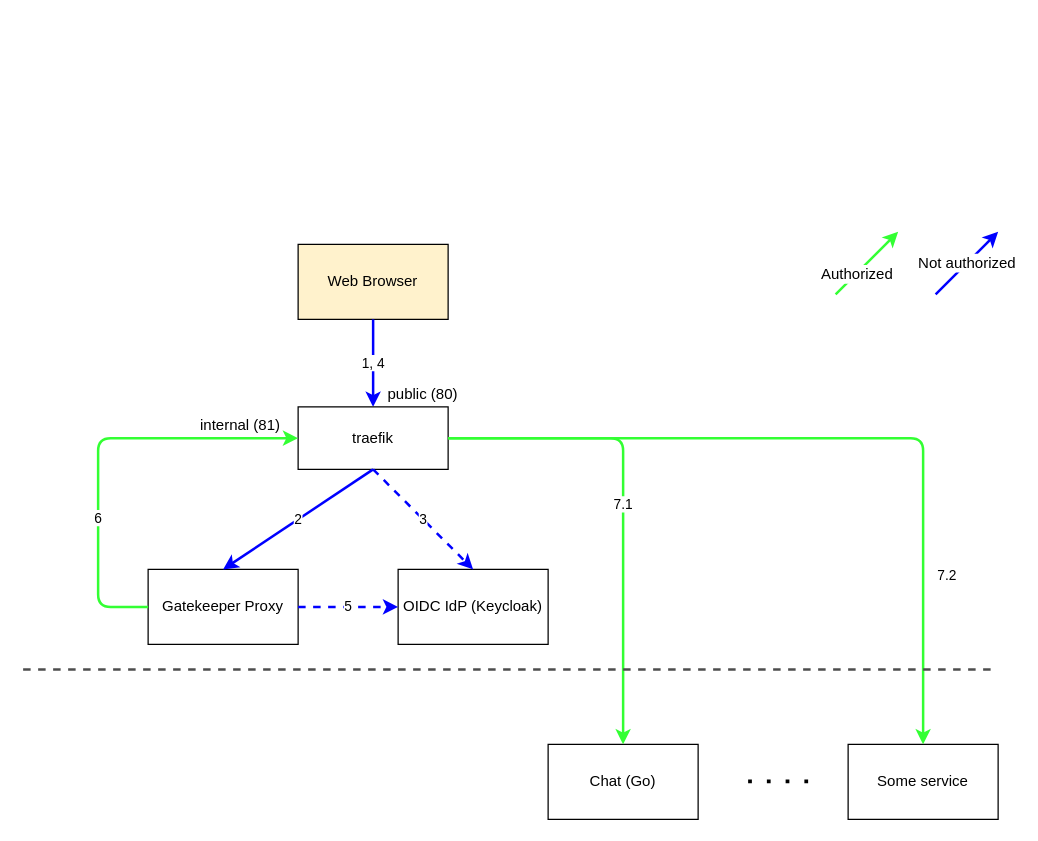
Earlier version of the draw.io diagram .markdown/auth.drawio (nkonev/videochat). Source tidied: cells renumbered, new cells numbered last; positions are measured from the earlier drawing's top-left corner, leaving out a move shared by most shapes. Both pictures are drawn from the tidied source at 125%, with x=0, y=0 at pixel (22, 231).
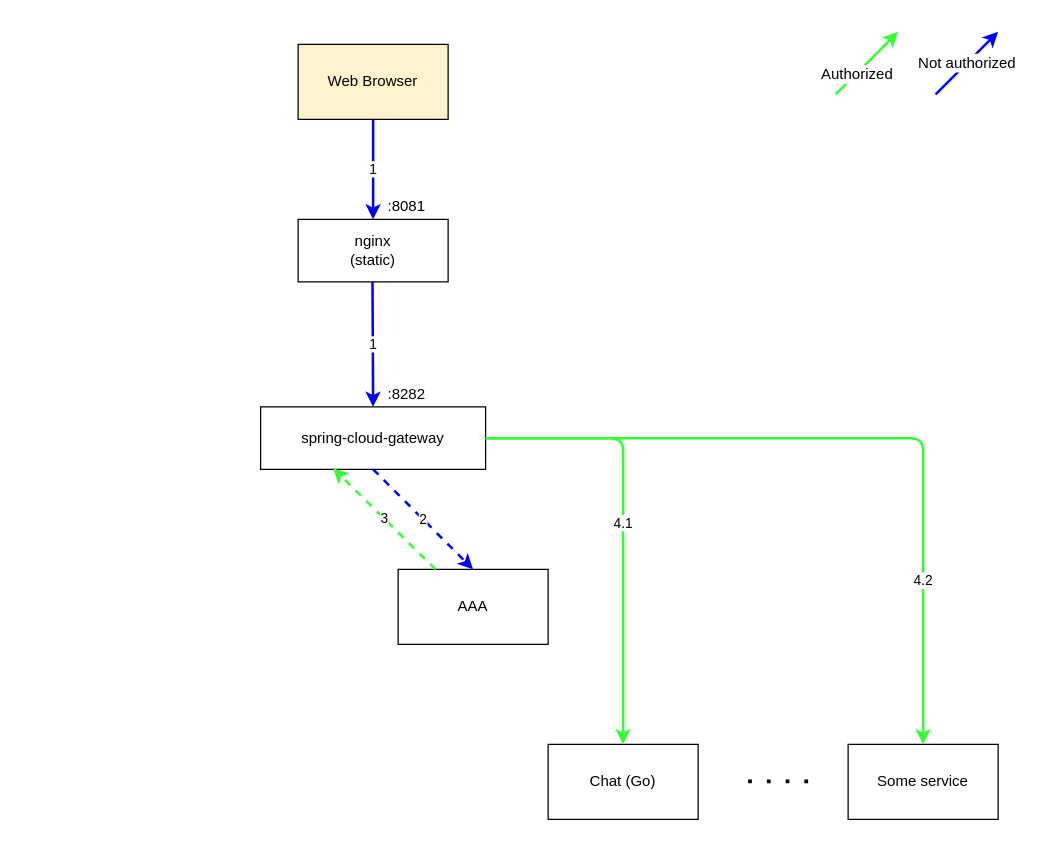
After the change.

Commit message (it also covers changes not shown here):
actualize scheme

Unchanged cells that the change refers to:
```xml
<mxCell id="5" value="&lt;div&gt;Chat (Go)&lt;/div&gt;" style="rounded=0;whiteSpace=wrap;html=1;fillColor=#FFFFFF;" parent="1" vertex="1">
  <mxGeometry x="420" y="410" width="120" height="60" as="geometry" />
</mxCell>
<mxCell id="6" value="&lt;div&gt;Some service&lt;/div&gt;" style="rounded=0;whiteSpace=wrap;html=1;fillColor=#FFFFFF;" parent="1" vertex="1">
  <mxGeometry x="660" y="410" width="120" height="60" as="geometry" />
</mxCell>
```

What changed in the source:
```diff
@@
     <mxCell id="2" value="Web Browser" style="rounded=0;whiteSpace=wrap;html=1;fillColor=#FFF2CC;" parent="1" vertex="1">
-      <mxGeometry x="220" y="10" width="120" height="60" as="geometry" />
+      <mxGeometry x="220" y="-150" width="120" height="60" as="geometry" />
     </mxCell>
-    <mxCell id="3" value="&lt;div&gt;Gatekeeper Proxy&lt;/div&gt;" style="rounded=0;whiteSpace=wrap;html=1;fillColor=#FFFFFF;" parent="1" vertex="1">
-      <mxGeometry x="100" y="270" width="120" height="60" as="geometry" />
-    </mxCell>
-    <mxCell id="4" value="OIDC IdP (Keycloak)" style="rounded=0;whiteSpace=wrap;html=1;fillColor=#FFFFFF;" parent="1" vertex="1">
+    <mxCell id="4" value="&lt;div&gt;AAA&lt;/div&gt;" style="rounded=0;whiteSpace=wrap;html=1;fillColor=#FFFFFF;" parent="1" vertex="1">
       <mxGeometry x="300" y="270" width="120" height="60" as="geometry" />
     </mxCell>
@@
-    <mxCell id="7" value="1, 4" style="edgeStyle=orthogonalEdgeStyle;rounded=0;jettySize=auto;html=1;exitX=0.5;exitY=1;exitDx=0;exitDy=0;entryX=0.5;entryY=0;entryDx=0;entryDy=0;strokeWidth=2;strokeColor=#0000FF;" parent="1" edge="1" source="2" target="8">
+    <mxCell id="7" value="1" style="edgeStyle=orthogonalEdgeStyle;rounded=0;jettySize=auto;html=1;exitX=0.5;exitY=1;exitDx=0;exitDy=0;strokeWidth=2;strokeColor=#0000FF;" parent="1" edge="1" source="2" target="22">
       <mxGeometry relative="1" as="geometry">
         <Array as="points">
-          <mxPoint x="280" y="140" />
+          <mxPoint x="280" y="-10" />
+          <mxPoint x="280" y="-10" />
         </Array>
       </mxGeometry>
     </mxCell>
-    <mxCell id="8" value="traefik" style="rounded=0;whiteSpace=wrap;html=1;fillColor=#FFFFFF;" parent="1" vertex="1">
-      <mxGeometry x="220" y="140" width="120" height="50" as="geometry" />
+    <mxCell id="8" value="&lt;div&gt;spring-cloud-gateway&lt;/div&gt;" style="rounded=0;whiteSpace=wrap;html=1;fillColor=#FFFFFF;" parent="1" vertex="1">
+      <mxGeometry x="190" y="140" width="180" height="50" as="geometry" />
     </mxCell>
-    <mxCell id="9" value="public (80)" style="text;html=1;align=left;verticalAlign=top;spacingTop=-4;" parent="1" vertex="1">
-      <mxGeometry x="290" y="120" width="70" height="20" as="geometry" />
+    <mxCell id="9" value=":8282" style="text;html=1;align=left;verticalAlign=top;spacingTop=-4;" parent="1" vertex="1">
+      <mxGeometry x="290" y="120" width="50" height="20" as="geometry" />
     </mxCell>
-    <mxCell id="10" value="2" style="endArrow=classic;html=1;exitX=0.5;exitY=1;exitDx=0;exitDy=0;entryX=0.5;entryY=0;entryDx=0;entryDy=0;strokeColor=#0000FF;strokeWidth=2;" parent="1" edge="1" source="8" target="3">
-      <mxGeometry relative="1" as="geometry" />
-    </mxCell>
-    <mxCell id="11" value="5" style="endArrow=classic;html=1;exitX=1;exitY=0.5;exitDx=0;exitDy=0;entryX=0;entryY=0.5;entryDx=0;entryDy=0;strokeColor=#0000FF;strokeWidth=2;dashed=1;" parent="1" edge="1" source="3" target="4">
+    <mxCell id="11" value="3" style="endArrow=classic;html=1;exitX=0.25;exitY=0;exitDx=0;exitDy=0;strokeColor=#33FF33;strokeWidth=2;entryX=0.322;entryY=0.98;entryDx=0;entryDy=0;entryPerimeter=0;fillColor=#d5e8d4;dashed=1;" parent="1" edge="1" source="4" target="8">
       <mxGeometry relative="1" as="geometry" />
     </mxCell>
-    <mxCell id="12" value="3" style="endArrow=classic;html=1;entryX=0.5;entryY=0;entryDx=0;entryDy=0;strokeWidth=2;strokeColor=#0000FF;dashed=1;" parent="1" edge="1" target="4">
+    <mxCell id="12" value="2" style="endArrow=classic;html=1;entryX=0.5;entryY=0;entryDx=0;entryDy=0;strokeWidth=2;strokeColor=#0000FF;dashed=1;" parent="1" edge="1" target="4">
       <mxGeometry relative="1" as="geometry">
         <mxPoint x="280" y="190" as="sourcePoint" />
       </mxGeometry>
     </mxCell>
-    <mxCell id="13" value="6" style="endArrow=classic;html=1;exitX=0;exitY=0.5;exitDx=0;exitDy=0;entryX=0;entryY=0.5;entryDx=0;entryDy=0;strokeColor=#33FF33;strokeWidth=2;" parent="1" edge="1" source="3" target="8">
-      <mxGeometry x="-0.34" relative="1" as="geometry">
-        <Array as="points">
-          <mxPoint x="60" y="300" />
-          <mxPoint x="60" y="165" />
-        </Array>
-      </mxGeometry>
-    </mxCell>
-    <mxCell id="14" value="internal (81)" style="text;html=1;align=left;verticalAlign=top;spacingTop=-4;" parent="1" vertex="1">
-      <mxGeometry x="140" y="145" width="80" height="20" as="geometry" />
-    </mxCell>
-    <mxCell id="15" value="7.1" style="endArrow=classic;html=1;strokeColor=#33FF33;strokeWidth=2;exitX=1;exitY=0.5;exitDx=0;exitDy=0;entryX=0.5;entryY=0;entryDx=0;entryDy=0;" parent="1" edge="1" source="8" target="5">
+    <mxCell id="15" value="4.1" style="endArrow=classic;html=1;strokeColor=#33FF33;strokeWidth=2;exitX=1;exitY=0.5;exitDx=0;exitDy=0;entryX=0.5;entryY=0;entryDx=0;entryDy=0;" parent="1" edge="1" source="8" target="5">
       <mxGeometry relative="1" as="geometry">
         <Array as="points">
           <mxPoint x="480" y="165" />
         </Array>
       </mxGeometry>
     </mxCell>
-    <mxCell id="16" value="7.2" style="endArrow=classic;html=1;strokeColor=#33FF33;strokeWidth=2;exitX=1;exitY=0.5;exitDx=0;exitDy=0;entryX=0.5;entryY=0;entryDx=0;entryDy=0;jumpSize=6;" parent="1" edge="1" source="8" target="6">
-      <mxGeometry x="0.1" y="-55" relative="1" as="geometry">
+    <mxCell id="16" value="&lt;div&gt;4.2&lt;/div&gt;" style="endArrow=classic;html=1;strokeColor=#33FF33;strokeWidth=2;exitX=1;exitY=0.5;exitDx=0;exitDy=0;entryX=0.5;entryY=0;entryDx=0;entryDy=0;jumpSize=6;" parent="1" edge="1" source="8" target="6">
+      <mxGeometry x="0.56" relative="1" as="geometry">
         <Array as="points">
           <mxPoint x="720" y="165" />
         </Array>
-        <mxPoint x="55" y="55" as="offset" />
       </mxGeometry>
     </mxCell>
-    <mxCell id="17" style="endArrow=none;dashed=1;html=1;strokeColor=#4D4D4D;strokeWidth=2;" parent="1" edge="1">
-      <mxGeometry relative="1" as="geometry">
-        <mxPoint y="350" as="sourcePoint" />
-        <mxPoint x="780" y="350" as="targetPoint" />
-      </mxGeometry>
-    </mxCell>
     <mxCell id="18" style="endArrow=classic;html=1;strokeColor=#33FF33;strokeWidth=2;fontColor=#000000;" parent="1" edge="1">
       <mxGeometry relative="1" as="geometry">
-        <mxPoint x="650" y="50" as="sourcePoint" />
-        <mxPoint x="700" as="targetPoint" />
+        <mxPoint x="650" y="-110" as="sourcePoint" />
+        <mxPoint x="700" y="-160" as="targetPoint" />
       </mxGeometry>
     </mxCell>
@@
     <mxCell id="20" value="Not authorized" style="endArrow=classic;html=1;strokeColor=#0000FF;strokeWidth=2;fontColor=#000000;fontSize=12;" parent="1" edge="1">
       <mxGeometry relative="1" as="geometry">
-        <mxPoint x="730" y="50" as="sourcePoint" />
-        <mxPoint x="780" as="targetPoint" />
+        <mxPoint x="730" y="-110" as="sourcePoint" />
+        <mxPoint x="780" y="-160" as="targetPoint" />
       </mxGeometry>
     </mxCell>
@@
+    <mxCell id="22" value="&lt;div&gt;nginx&lt;/div&gt;&lt;div&gt;(static)&lt;br&gt;&lt;/div&gt;" style="rounded=0;whiteSpace=wrap;html=1;fillColor=#FFFFFF;" parent="1" vertex="1">
+      <mxGeometry x="220" y="-10" width="120" height="50" as="geometry" />
+    </mxCell>
+    <mxCell id="23" value="1" style="edgeStyle=orthogonalEdgeStyle;rounded=0;jettySize=auto;html=1;exitX=0.5;exitY=1;exitDx=0;exitDy=0;strokeWidth=2;strokeColor=#0000FF;entryX=0.5;entryY=0;entryDx=0;entryDy=0;" parent="1" edge="1" target="8">
+      <mxGeometry relative="1" as="geometry">
+        <mxPoint x="279.5" y="40" as="sourcePoint" />
+      </mxGeometry>
+    </mxCell>
+    <mxCell id="24" value="&lt;div&gt;:8081&lt;/div&gt;" style="text;html=1;align=left;verticalAlign=top;spacingTop=-4;" parent="1" vertex="1">
+      <mxGeometry x="290" y="-30" width="50" height="20" as="geometry" />
+    </mxCell>
```
